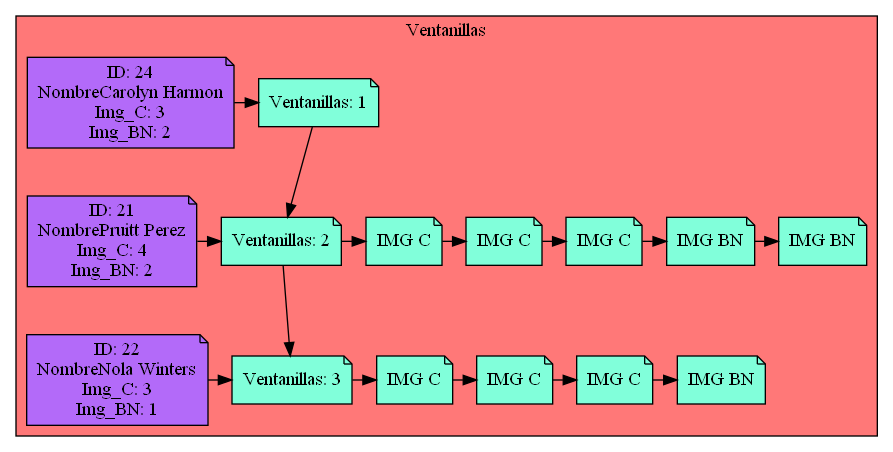
Serch-ING/EDD_UDRAWING_202000119 keeps this Graphviz diagram as Simple_Windows.png. Above is the earlier version. Its source is kept beside it as Simple_Windows.dot.
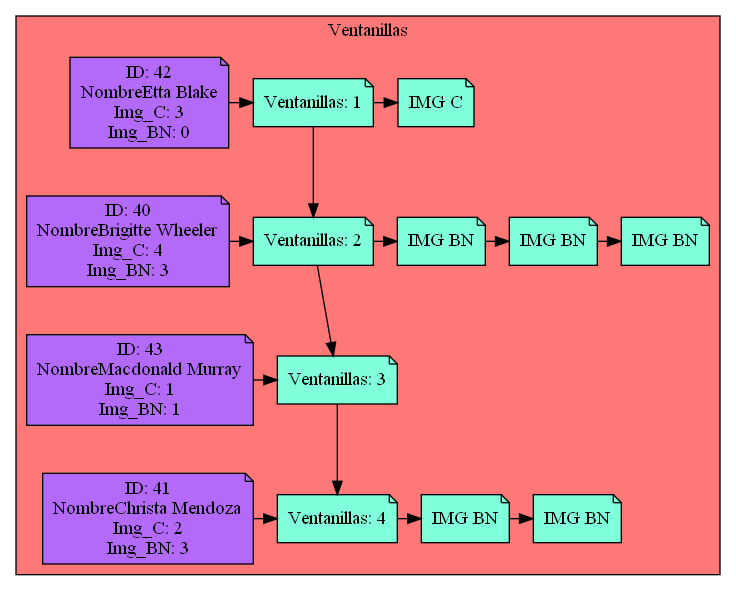
The same diagram one commit later.

The edit, as a diff of the source:
```diff
@@ -6,48 +6,53 @@
 Nodo776700275[label="Ventanillas: 1",fillcolor="#81FFDA",group=1]
 Nodo118394766[label="Ventanillas: 2",fillcolor="#81FFDA",group=2]
 Nodo1259014228[label="Ventanillas: 3",fillcolor="#81FFDA",group=3]
+Nodo431687661[label="Ventanillas: 4",fillcolor="#81FFDA",group=4]
 
 Nodo776700275 -> Nodo118394766
 
-Cliente1092572064[label="ID: 24
-NombreCarolyn Harmon
+Cliente587003819[label="ID: 42
+NombreEtta Blake
 Img_C: 3
-Img_BN: 2",fillcolor="#B36AF9",group=1]
-Cliente1092572064-> Nodo776700275
-{rank=same;Nodo776700275,Cliente1092572064}
+Img_BN: 0",fillcolor="#B36AF9",group=1]
+Cliente587003819-> Nodo776700275
+Nodo2106000623[label="IMG C",fillcolor="#81FFDA"]
+
+Nodo776700275 -> Nodo2106000623
+
+{rank=same;Nodo776700275,Cliente587003819,Nodo2106000623}
 Nodo118394766 -> Nodo1259014228
 
-Cliente1764696127[label="ID: 21
-NombrePruitt Perez
+Cliente1437654187[label="ID: 40
+NombreBrigitte Wheeler
 Img_C: 4
-Img_BN: 2",fillcolor="#B36AF9",group=2]
-Cliente1764696127-> Nodo118394766
-Nodo728885526[label="IMG C",fillcolor="#81FFDA"]
-Nodo1636506029[label="IMG C",fillcolor="#81FFDA"]
-Nodo898694235[label="IMG C",fillcolor="#81FFDA"]
-Nodo873610597[label="IMG BN",fillcolor="#81FFDA"]
-Nodo348984985[label="IMG BN",fillcolor="#81FFDA"]
-Nodo728885526 -> Nodo1636506029
-Nodo1636506029 -> Nodo898694235
-Nodo898694235 -> Nodo873610597
-Nodo873610597 -> Nodo348984985
+Img_BN: 3",fillcolor="#B36AF9",group=2]
+Cliente1437654187-> Nodo118394766
+Nodo330739404[label="IMG BN",fillcolor="#81FFDA"]
+Nodo769798433[label="IMG BN",fillcolor="#81FFDA"]
+Nodo182531396[label="IMG BN",fillcolor="#81FFDA"]
+Nodo330739404 -> Nodo769798433
+Nodo769798433 -> Nodo182531396
 
-Nodo118394766 -> Nodo728885526
+Nodo118394766 -> Nodo330739404
 
-{rank=same;Nodo118394766,Cliente1764696127,Nodo728885526,Nodo1636506029,Nodo898694235,Nodo873610597,Nodo348984985}
-Cliente2005435445[label="ID: 22
-NombreNola Winters
-Img_C: 3
+{rank=same;Nodo118394766,Cliente1437654187,Nodo330739404,Nodo769798433,Nodo182531396}
+Nodo1259014228 -> Nodo431687661
+
+Cliente361398902[label="ID: 43
+NombreMacdonald Murray
+Img_C: 1
 Img_BN: 1",fillcolor="#B36AF9",group=3]
-Cliente2005435445-> Nodo1259014228
-Nodo922511709[label="IMG C",fillcolor="#81FFDA"]
-Nodo758348212[label="IMG C",fillcolor="#81FFDA"]
-Nodo60292059[label="IMG C",fillcolor="#81FFDA"]
-Nodo1497845528[label="IMG BN",fillcolor="#81FFDA"]
-Nodo922511709 -> Nodo758348212
-Nodo758348212 -> Nodo60292059
-Nodo60292059 -> Nodo1497845528
+Cliente361398902-> Nodo1259014228
+{rank=same;Nodo1259014228,Cliente361398902}
+Cliente2109798150[label="ID: 41
+NombreChrista Mendoza
+Img_C: 2
+Img_BN: 3",fillcolor="#B36AF9",group=4]
+Cliente2109798150-> Nodo431687661
+Nodo1010670443[label="IMG BN",fillcolor="#81FFDA"]
+Nodo1665620686[label="IMG BN",fillcolor="#81FFDA"]
+Nodo1010670443 -> Nodo1665620686
 
-Nodo1259014228 -> Nodo922511709
+Nodo431687661 -> Nodo1010670443
 
-{rank=same;Nodo1259014228,Cliente2005435445,Nodo922511709,Nodo758348212,Nodo60292059,Nodo1497845528}}}
+{rank=same;Nodo431687661,Cliente2109798150,Nodo1010670443,Nodo1665620686}}}
```
